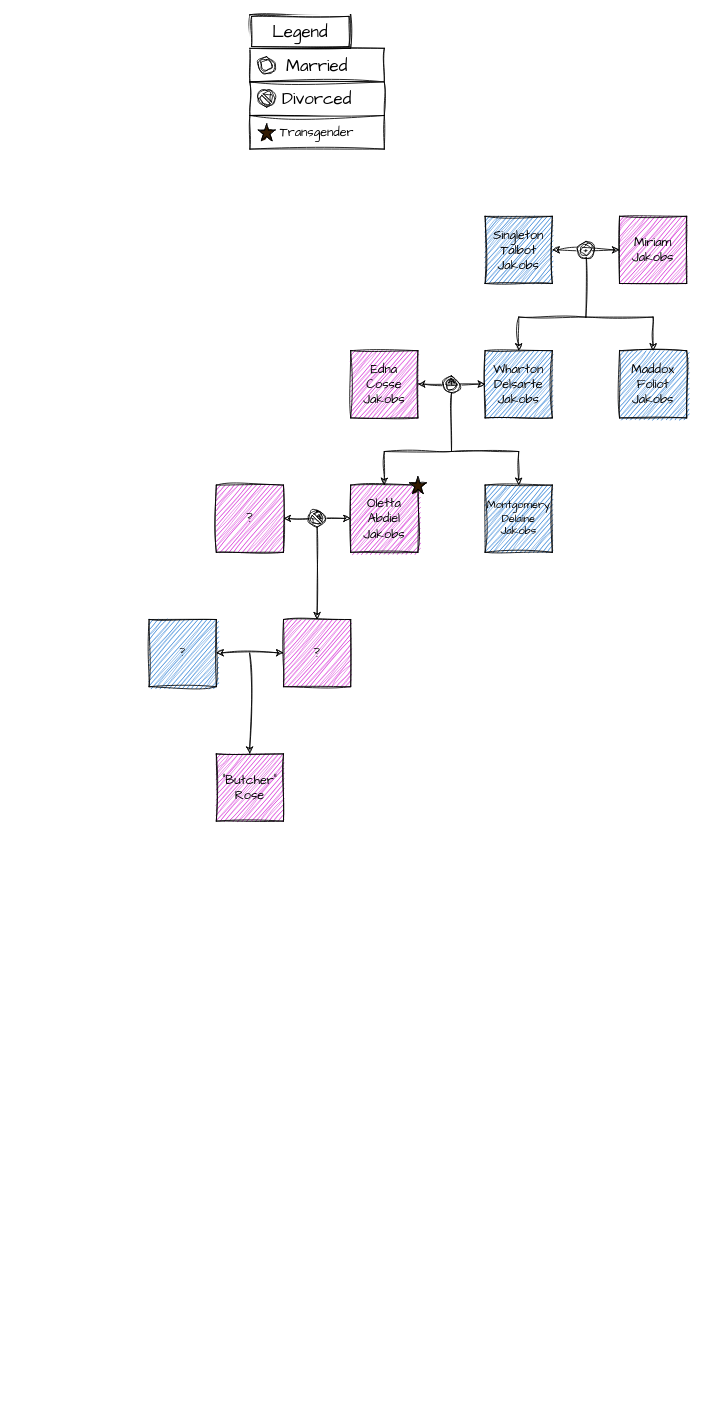
Above: something/jfv family tree.drawio in hallowlock/jfv-family-tree (draw.io), before the change. Source tidied: cells renumbered, new cells numbered last; positions are measured from the earlier drawing's top-left corner, leaving out a move shared by most shapes. Both pictures are drawn from the tidied source at 84%, with x=0, y=0 at pixel (149, 14).
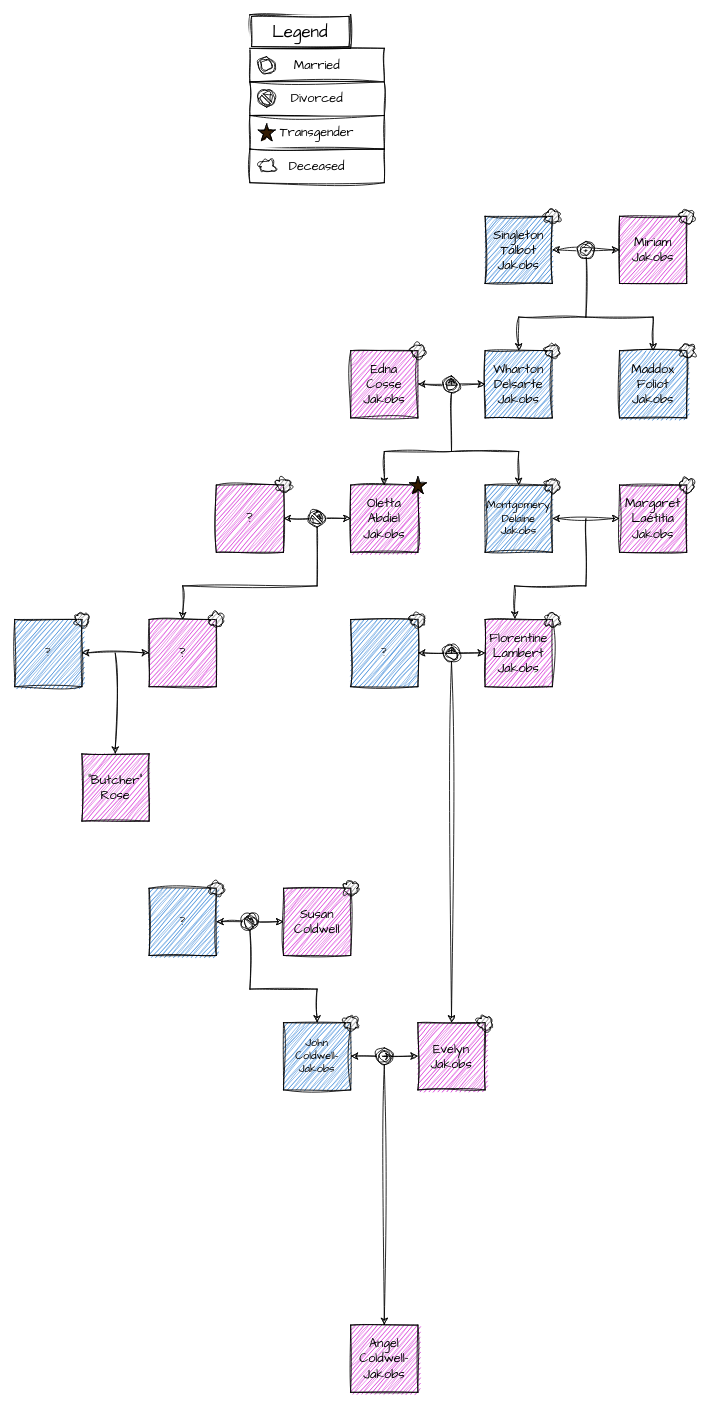
Above is the later version.

The change refers to these unchanged cells:
```xml
<mxCell id="35" style="verticalLabelPosition=bottom;verticalAlign=top;html=1;shape=mxgraph.basic.no_symbol;hachureGap=4;fontFamily=Architects Daughter;fontSize=20;sketch=1;curveFitting=1;jiggle=2;" parent="1" vertex="1">
  <mxGeometry x="190" y="590" width="20" height="20" as="geometry" />
</mxCell>
```

The edit, as a diff of the source:
```diff
@@
-    <mxCell id="10" value="Edna Cosse Jakobs" style="rounded=0;whiteSpace=wrap;html=1;hachureGap=4;fontFamily=Architects Daughter;fontSize=15;labelBackgroundColor=none;labelBorderColor=none;fillColor=#CC00CC;sketch=1;curveFitting=1;jiggle=2;" parent="1" vertex="1">
-      <mxGeometry x="240" y="400" width="80" height="80" as="geometry" />
+    <mxCell id="10" value="&lt;div&gt;Margaret&lt;/div&gt;&lt;div&gt;Laétitia Jakobs&lt;br&gt;&lt;/div&gt;" style="rounded=0;whiteSpace=wrap;html=1;hachureGap=4;fontFamily=Architects Daughter;fontSize=15;labelBackgroundColor=none;labelBorderColor=none;fillColor=#CC00CC;sketch=1;curveFitting=1;jiggle=2;" parent="1" vertex="1">
+      <mxGeometry x="560" y="560" width="80" height="80" as="geometry" />
     </mxCell>
@@
     <mxCell id="20" value="?" style="rounded=0;whiteSpace=wrap;html=1;hachureGap=4;fontFamily=Architects Daughter;fontSize=15;labelBackgroundColor=none;labelBorderColor=none;fillColor=#CC00CC;sketch=1;curveFitting=1;jiggle=2;" parent="1" vertex="1">
-      <mxGeometry x="160" y="720" width="80" height="80" as="geometry" />
+      <mxGeometry y="720" width="80" height="80" as="geometry" />
     </mxCell>
     <mxCell id="21" style="endArrow=classic;html=1;rounded=0;hachureGap=4;fontFamily=Architects Daughter;fontSize=16;entryX=0.5;entryY=0;entryDx=0;entryDy=0;sketch=1;curveFitting=1;jiggle=2;" parent="1" edge="1" source="35" target="20">
-      <mxGeometry relative="1" as="geometry" />
+      <mxGeometry relative="1" as="geometry">
+        <Array as="points">
+          <mxPoint x="200" y="680" />
+          <mxPoint x="40" y="680" />
+        </Array>
+      </mxGeometry>
     </mxCell>
     <mxCell id="22" value="?" style="rounded=0;whiteSpace=wrap;html=1;hachureGap=4;fontFamily=Architects Daughter;fontSize=13;labelBackgroundColor=none;labelBorderColor=none;fillColor=#0066CC;sketch=1;curveFitting=1;jiggle=2;" parent="1" vertex="1">
-      <mxGeometry y="720" width="80" height="80" as="geometry" />
+      <mxGeometry x="-160" y="720" width="80" height="80" as="geometry" />
     </mxCell>
     <mxCell id="23" style="edgeStyle=orthogonalEdgeStyle;rounded=0;hachureGap=4;orthogonalLoop=1;jettySize=auto;html=1;exitX=1;exitY=0.5;exitDx=0;exitDy=0;entryX=0;entryY=0.5;entryDx=0;entryDy=0;fontFamily=Architects Daughter;fontSize=16;startArrow=classic;sketch=1;curveFitting=1;jiggle=2;" parent="1" edge="1">
       <mxGeometry relative="1" as="geometry">
-        <mxPoint x="80" y="759.7" as="sourcePoint" />
-        <mxPoint x="160" y="759.7" as="targetPoint" />
+        <mxPoint x="-80" y="759.7" as="sourcePoint" />
+        <mxPoint y="759.7" as="targetPoint" />
       </mxGeometry>
     </mxCell>
     <mxCell id="24" style="endArrow=classic;html=1;rounded=0;hachureGap=4;fontFamily=Architects Daughter;fontSize=16;entryX=0.5;entryY=0;entryDx=0;entryDy=0;sketch=1;curveFitting=1;jiggle=2;" parent="1" edge="1">
       <mxGeometry relative="1" as="geometry">
-        <mxPoint x="119.7" y="760" as="sourcePoint" />
-        <mxPoint x="119.7" y="880" as="targetPoint" />
+        <mxPoint x="-40.3" y="760" as="sourcePoint" />
+        <mxPoint x="-40.3" y="880" as="targetPoint" />
       </mxGeometry>
     </mxCell>
     <mxCell id="25" value="&quot;Butcher&quot; Rose" style="rounded=0;whiteSpace=wrap;html=1;hachureGap=4;fontFamily=Architects Daughter;fontSize=15;labelBackgroundColor=none;labelBorderColor=none;fillColor=#CC00CC;sketch=1;curveFitting=1;jiggle=2;" parent="1" vertex="1">
-      <mxGeometry x="80" y="880" width="80" height="80" as="geometry" />
+      <mxGeometry x="-80" y="880" width="80" height="80" as="geometry" />
     </mxCell>
-    <mxCell id="26" value="Married" style="html=1;whiteSpace=wrap;sketch=1;hachureGap=4;jiggle=2;curveFitting=1;fontFamily=Architects Daughter;fontSize=20;" parent="1" vertex="1">
+    <mxCell id="26" value="Married" style="html=1;whiteSpace=wrap;sketch=1;hachureGap=4;jiggle=2;curveFitting=1;fontFamily=Architects Daughter;fontSize=15;" parent="1" vertex="1">
       <mxGeometry x="120" y="40" width="160" height="40" as="geometry" />
     </mxCell>
@@
-    <mxCell id="29" value="Divorced" style="html=1;whiteSpace=wrap;sketch=1;hachureGap=4;jiggle=2;curveFitting=1;fontFamily=Architects Daughter;fontSize=20;" parent="1" vertex="1">
+    <mxCell id="29" value="Divorced" style="html=1;whiteSpace=wrap;sketch=1;hachureGap=4;jiggle=2;curveFitting=1;fontFamily=Architects Daughter;fontSize=15;" parent="1" vertex="1">
       <mxGeometry x="120" y="80" width="160" height="40" as="geometry" />
     </mxCell>
@@
+    <mxCell id="36" style="edgeStyle=orthogonalEdgeStyle;rounded=0;hachureGap=4;orthogonalLoop=1;jettySize=auto;html=1;exitX=1;exitY=0.5;exitDx=0;exitDy=0;entryX=0;entryY=0.5;entryDx=0;entryDy=0;fontFamily=Architects Daughter;fontSize=16;startArrow=classic;sketch=1;curveFitting=1;jiggle=2;" parent="1" edge="1">
+      <mxGeometry relative="1" as="geometry">
+        <mxPoint x="480" y="599.7" as="sourcePoint" />
+        <mxPoint x="560" y="599.7" as="targetPoint" />
+      </mxGeometry>
+    </mxCell>
+    <mxCell id="37" value="Edna Cosse Jakobs" style="rounded=0;whiteSpace=wrap;html=1;hachureGap=4;fontFamily=Architects Daughter;fontSize=15;labelBackgroundColor=none;labelBorderColor=none;fillColor=#CC00CC;sketch=1;curveFitting=1;jiggle=2;" parent="1" vertex="1">
+      <mxGeometry x="240" y="400" width="80" height="80" as="geometry" />
+    </mxCell>
+    <mxCell id="38" value="Florentine Lambert Jakobs" style="rounded=0;whiteSpace=wrap;html=1;hachureGap=4;fontFamily=Architects Daughter;fontSize=15;labelBackgroundColor=none;labelBorderColor=none;fillColor=#CC00CC;sketch=1;curveFitting=1;jiggle=2;" parent="1" vertex="1">
+      <mxGeometry x="400" y="720" width="80" height="80" as="geometry" />
+    </mxCell>
+    <mxCell id="39" value="?" style="rounded=0;whiteSpace=wrap;html=1;hachureGap=4;fontFamily=Architects Daughter;fontSize=13;labelBackgroundColor=none;labelBorderColor=none;fillColor=#0066CC;sketch=1;curveFitting=1;jiggle=2;" parent="1" vertex="1">
+      <mxGeometry x="240" y="720" width="80" height="80" as="geometry" />
+    </mxCell>
+    <mxCell id="40" value="Evelyn Jakobs" style="rounded=0;whiteSpace=wrap;html=1;hachureGap=4;fontFamily=Architects Daughter;fontSize=15;labelBackgroundColor=none;labelBorderColor=none;fillColor=#CC00CC;sketch=1;curveFitting=1;jiggle=2;" parent="1" vertex="1">
+      <mxGeometry x="320" y="1200" width="80" height="80" as="geometry" />
+    </mxCell>
+    <mxCell id="41" style="edgeStyle=orthogonalEdgeStyle;rounded=0;hachureGap=4;orthogonalLoop=1;jettySize=auto;html=1;exitX=1;exitY=0.5;exitDx=0;exitDy=0;entryX=0;entryY=0.5;entryDx=0;entryDy=0;fontFamily=Architects Daughter;fontSize=16;startArrow=classic;sketch=1;curveFitting=1;jiggle=2;" parent="1" edge="1">
+      <mxGeometry relative="1" as="geometry">
+        <mxPoint x="320" y="759.7" as="sourcePoint" />
+        <mxPoint x="400" y="759.7" as="targetPoint" />
+      </mxGeometry>
+    </mxCell>
+    <mxCell id="42" style="endArrow=classic;html=1;rounded=0;sketch=1;hachureGap=4;jiggle=2;curveFitting=1;fontFamily=Architects Daughter;fontSize=16;entryX=0.5;entryY=0;entryDx=0;entryDy=0;" parent="1" edge="1" source="45" target="40">
+      <mxGeometry relative="1" as="geometry" />
+    </mxCell>
+    <mxCell id="43" value="?" style="rounded=0;whiteSpace=wrap;html=1;hachureGap=4;fontFamily=Architects Daughter;fontSize=13;labelBackgroundColor=none;labelBorderColor=none;fillColor=#0066CC;sketch=1;curveFitting=1;jiggle=2;" parent="1" vertex="1">
+      <mxGeometry y="1040" width="80" height="80" as="geometry" />
+    </mxCell>
+    <mxCell id="44" style="endArrow=classic;html=1;rounded=0;sketch=1;hachureGap=4;jiggle=2;curveFitting=1;fontFamily=Architects Daughter;fontSize=16;entryX=0.5;entryY=0;entryDx=0;entryDy=0;" parent="1" edge="1" target="45">
+      <mxGeometry relative="1" as="geometry">
+        <mxPoint x="360" y="760" as="sourcePoint" />
+      </mxGeometry>
+    </mxCell>
+    <mxCell id="45" style="verticalLabelPosition=bottom;verticalAlign=top;html=1;shape=mxgraph.basic.donut;dx=3.67;hachureGap=4;fontFamily=Architects Daughter;fontSize=20;sketch=1;curveFitting=1;jiggle=2;" parent="1" vertex="1">
+      <mxGeometry x="350" y="750" width="20" height="20" as="geometry" />
+    </mxCell>
+    <mxCell id="46" value="John Coldwell-Jakobs" style="rounded=0;whiteSpace=wrap;html=1;hachureGap=4;fontFamily=Architects Daughter;fontSize=13;labelBackgroundColor=none;labelBorderColor=none;fillColor=#0066CC;sketch=1;curveFitting=1;jiggle=2;" parent="1" vertex="1">
+      <mxGeometry x="160" y="1200" width="80" height="80" as="geometry" />
+    </mxCell>
+    <mxCell id="47" value="Susan Coldwell" style="rounded=0;whiteSpace=wrap;html=1;hachureGap=4;fontFamily=Architects Daughter;fontSize=15;labelBackgroundColor=none;labelBorderColor=none;fillColor=#CC00CC;sketch=1;curveFitting=1;jiggle=2;" parent="1" vertex="1">
+      <mxGeometry x="160" y="1040" width="80" height="80" as="geometry" />
+    </mxCell>
+    <mxCell id="48" style="edgeStyle=orthogonalEdgeStyle;rounded=0;hachureGap=4;orthogonalLoop=1;jettySize=auto;html=1;exitX=1;exitY=0.5;exitDx=0;exitDy=0;entryX=0;entryY=0.5;entryDx=0;entryDy=0;fontFamily=Architects Daughter;fontSize=16;startArrow=classic;sketch=1;curveFitting=1;jiggle=2;" parent="1" edge="1">
+      <mxGeometry relative="1" as="geometry">
+        <mxPoint x="80" y="1079.7" as="sourcePoint" />
+        <mxPoint x="160" y="1079.7" as="targetPoint" />
+      </mxGeometry>
+    </mxCell>
+    <mxCell id="49" style="endArrow=classic;html=1;rounded=0;sketch=1;hachureGap=4;jiggle=2;curveFitting=1;fontFamily=Architects Daughter;fontSize=16;entryX=0.5;entryY=0;entryDx=0;entryDy=0;" parent="1" edge="1" source="51" target="46">
+      <mxGeometry relative="1" as="geometry">
+        <Array as="points">
+          <mxPoint x="120" y="1160" />
+          <mxPoint x="200" y="1160" />
+        </Array>
+      </mxGeometry>
+    </mxCell>
+    <mxCell id="50" style="endArrow=classic;html=1;rounded=0;sketch=1;hachureGap=4;jiggle=2;curveFitting=1;fontFamily=Architects Daughter;fontSize=16;entryX=0.5;entryY=0;entryDx=0;entryDy=0;" parent="1" edge="1" target="51">
+      <mxGeometry relative="1" as="geometry">
+        <mxPoint x="120" y="1080" as="sourcePoint" />
+      </mxGeometry>
+    </mxCell>
+    <mxCell id="51" style="verticalLabelPosition=bottom;verticalAlign=top;html=1;shape=mxgraph.basic.no_symbol;hachureGap=4;fontFamily=Architects Daughter;fontSize=20;sketch=1;curveFitting=1;jiggle=2;" parent="1" vertex="1">
+      <mxGeometry x="110" y="1070" width="20" height="20" as="geometry" />
+    </mxCell>
+    <mxCell id="52" style="edgeStyle=orthogonalEdgeStyle;rounded=0;hachureGap=4;orthogonalLoop=1;jettySize=auto;html=1;exitX=1;exitY=0.5;exitDx=0;exitDy=0;entryX=0;entryY=0.5;entryDx=0;entryDy=0;fontFamily=Architects Daughter;fontSize=16;startArrow=classic;sketch=1;curveFitting=1;jiggle=2;" parent="1" edge="1">
+      <mxGeometry relative="1" as="geometry">
+        <mxPoint x="240" y="1239.7" as="sourcePoint" />
+        <mxPoint x="320" y="1239.7" as="targetPoint" />
+      </mxGeometry>
+    </mxCell>
+    <mxCell id="53" value="Angel Coldwell-Jakobs" style="rounded=0;whiteSpace=wrap;html=1;hachureGap=4;fontFamily=Architects Daughter;fontSize=15;labelBackgroundColor=none;labelBorderColor=none;fillColor=#CC00CC;sketch=1;curveFitting=1;jiggle=2;" parent="1" vertex="1">
+      <mxGeometry x="240" y="1560" width="80" height="80" as="geometry" />
+    </mxCell>
+    <mxCell id="54" style="endArrow=classic;html=1;rounded=0;sketch=1;hachureGap=4;jiggle=2;curveFitting=1;fontFamily=Architects Daughter;fontSize=16;" parent="1" edge="1" source="56" target="53">
+      <mxGeometry relative="1" as="geometry" />
+    </mxCell>
+    <mxCell id="55" style="endArrow=classic;html=1;rounded=0;sketch=1;hachureGap=4;jiggle=2;curveFitting=1;fontFamily=Architects Daughter;fontSize=16;" parent="1" edge="1" target="56">
+      <mxGeometry relative="1" as="geometry">
+        <mxPoint x="280" y="1240" as="sourcePoint" />
+      </mxGeometry>
+    </mxCell>
+    <mxCell id="56" style="verticalLabelPosition=bottom;verticalAlign=top;html=1;shape=mxgraph.basic.donut;dx=3.67;hachureGap=4;fontFamily=Architects Daughter;fontSize=20;sketch=1;curveFitting=1;jiggle=2;" parent="1" vertex="1">
+      <mxGeometry x="270" y="1230" width="20" height="20" as="geometry" />
+    </mxCell>
+    <mxCell id="57" style="endArrow=classic;html=1;rounded=0;sketch=1;hachureGap=4;jiggle=2;curveFitting=1;fontFamily=Architects Daughter;fontSize=16;entryX=0.443;entryY=-0.01;entryDx=0;entryDy=0;entryPerimeter=0;" parent="1" edge="1" target="38">
+      <mxGeometry relative="1" as="geometry">
+        <mxPoint x="520" y="600" as="sourcePoint" />
+        <Array as="points">
+          <mxPoint x="520" y="680" />
+          <mxPoint x="435" y="680" />
+        </Array>
+      </mxGeometry>
+    </mxCell>
+    <mxCell id="58" value="Deceased" style="html=1;whiteSpace=wrap;sketch=1;hachureGap=4;jiggle=2;curveFitting=1;fontFamily=Architects Daughter;fontSize=15;" parent="1" vertex="1">
+      <mxGeometry x="120" y="160" width="160" height="40" as="geometry" />
+    </mxCell>
+    <mxCell id="59" style="ellipse;shape=cloud;whiteSpace=wrap;html=1;sketch=1;hachureGap=4;jiggle=2;curveFitting=1;fontFamily=Architects Daughter;fontSize=20;" parent="58" vertex="1">
+      <mxGeometry x="10" y="10" width="20" height="20" as="geometry" />
+    </mxCell>
+    <mxCell id="60" style="ellipse;shape=cloud;whiteSpace=wrap;html=1;sketch=1;hachureGap=4;jiggle=2;curveFitting=1;fontFamily=Architects Daughter;fontSize=20;fillColor=#737373;" parent="1" vertex="1">
+      <mxGeometry x="150" y="550" width="20" height="20" as="geometry" />
+    </mxCell>
+    <mxCell id="61" style="ellipse;shape=cloud;whiteSpace=wrap;html=1;sketch=1;hachureGap=4;jiggle=2;curveFitting=1;fontFamily=Architects Daughter;fontSize=20;fillColor=#737373;" parent="1" vertex="1">
+      <mxGeometry x="-90" y="710" width="20" height="20" as="geometry" />
+    </mxCell>
+    <mxCell id="62" style="ellipse;shape=cloud;whiteSpace=wrap;html=1;sketch=1;hachureGap=4;jiggle=2;curveFitting=1;fontFamily=Architects Daughter;fontSize=20;fillColor=#737373;" parent="1" vertex="1">
+      <mxGeometry x="70" y="710" width="20" height="20" as="geometry" />
+    </mxCell>
+    <mxCell id="63" style="ellipse;shape=cloud;whiteSpace=wrap;html=1;sketch=1;hachureGap=4;jiggle=2;curveFitting=1;fontFamily=Architects Daughter;fontSize=20;fillColor=#737373;" parent="1" vertex="1">
+      <mxGeometry x="310" y="710" width="20" height="20" as="geometry" />
+    </mxCell>
+    <mxCell id="64" style="ellipse;shape=cloud;whiteSpace=wrap;html=1;sketch=1;hachureGap=4;jiggle=2;curveFitting=1;fontFamily=Architects Daughter;fontSize=20;fillColor=#737373;" parent="1" vertex="1">
+      <mxGeometry x="470" y="710" width="20" height="20" as="geometry" />
+    </mxCell>
+    <mxCell id="65" style="ellipse;shape=cloud;whiteSpace=wrap;html=1;sketch=1;hachureGap=4;jiggle=2;curveFitting=1;fontFamily=Architects Daughter;fontSize=20;fillColor=#737373;" parent="1" vertex="1">
+      <mxGeometry x="470" y="550" width="20" height="20" as="geometry" />
+    </mxCell>
+    <mxCell id="66" style="ellipse;shape=cloud;whiteSpace=wrap;html=1;sketch=1;hachureGap=4;jiggle=2;curveFitting=1;fontFamily=Architects Daughter;fontSize=20;fillColor=#737373;" parent="1" vertex="1">
+      <mxGeometry x="630" y="550" width="20" height="20" as="geometry" />
+    </mxCell>
+    <mxCell id="67" style="ellipse;shape=cloud;whiteSpace=wrap;html=1;sketch=1;hachureGap=4;jiggle=2;curveFitting=1;fontFamily=Architects Daughter;fontSize=20;fillColor=#737373;" parent="1" vertex="1">
+      <mxGeometry x="310" y="390" width="20" height="20" as="geometry" />
+    </mxCell>
+    <mxCell id="68" style="ellipse;shape=cloud;whiteSpace=wrap;html=1;sketch=1;hachureGap=4;jiggle=2;curveFitting=1;fontFamily=Architects Daughter;fontSize=20;fillColor=#737373;" parent="1" vertex="1">
+      <mxGeometry x="470" y="390" width="20" height="20" as="geometry" />
+    </mxCell>
+    <mxCell id="69" style="ellipse;shape=cloud;whiteSpace=wrap;html=1;sketch=1;hachureGap=4;jiggle=2;curveFitting=1;fontFamily=Architects Daughter;fontSize=20;fillColor=#737373;" parent="1" vertex="1">
+      <mxGeometry x="630" y="390" width="20" height="20" as="geometry" />
+    </mxCell>
+    <mxCell id="70" style="ellipse;shape=cloud;whiteSpace=wrap;html=1;sketch=1;hachureGap=4;jiggle=2;curveFitting=1;fontFamily=Architects Daughter;fontSize=20;fillColor=#737373;" parent="1" vertex="1">
+      <mxGeometry x="470" y="230" width="20" height="20" as="geometry" />
+    </mxCell>
+    <mxCell id="71" style="ellipse;shape=cloud;whiteSpace=wrap;html=1;sketch=1;hachureGap=4;jiggle=2;curveFitting=1;fontFamily=Architects Daughter;fontSize=20;fillColor=#737373;" parent="1" vertex="1">
+      <mxGeometry x="630" y="230" width="20" height="20" as="geometry" />
+    </mxCell>
+    <mxCell id="72" style="ellipse;shape=cloud;whiteSpace=wrap;html=1;sketch=1;hachureGap=4;jiggle=2;curveFitting=1;fontFamily=Architects Daughter;fontSize=20;fillColor=#737373;" parent="1" vertex="1">
+      <mxGeometry x="70" y="1030" width="20" height="20" as="geometry" />
+    </mxCell>
+    <mxCell id="73" style="ellipse;shape=cloud;whiteSpace=wrap;html=1;sketch=1;hachureGap=4;jiggle=2;curveFitting=1;fontFamily=Architects Daughter;fontSize=20;fillColor=#737373;" parent="1" vertex="1">
+      <mxGeometry x="230" y="1030" width="20" height="20" as="geometry" />
+    </mxCell>
+    <mxCell id="74" style="ellipse;shape=cloud;whiteSpace=wrap;html=1;sketch=1;hachureGap=4;jiggle=2;curveFitting=1;fontFamily=Architects Daughter;fontSize=20;fillColor=#737373;" parent="1" vertex="1">
+      <mxGeometry x="230" y="1190" width="20" height="20" as="geometry" />
+    </mxCell>
+    <mxCell id="75" style="ellipse;shape=cloud;whiteSpace=wrap;html=1;sketch=1;hachureGap=4;jiggle=2;curveFitting=1;fontFamily=Architects Daughter;fontSize=20;fillColor=#737373;" parent="1" vertex="1">
+      <mxGeometry x="390" y="1190" width="20" height="20" as="geometry" />
+    </mxCell>
```
